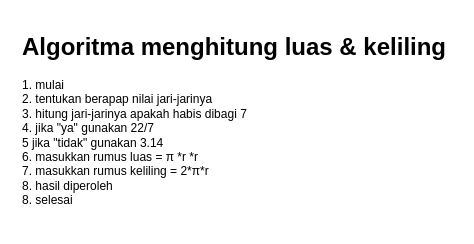
Before: page "Algoritma menghitung luas & keliling" (1 of 2) of Algoritma Menghitung luas & keliling.drawio in putragabrielll/fwg17-computer-science, a draw.io diagram. Source tidied: cells renumbered, new cells numbered last; positions are measured from the earlier drawing's top-left corner, leaving out a move shared by most shapes. Both pictures are drawn from the tidied source at 100%, with x=0, y=0 at pixel (17, 27).
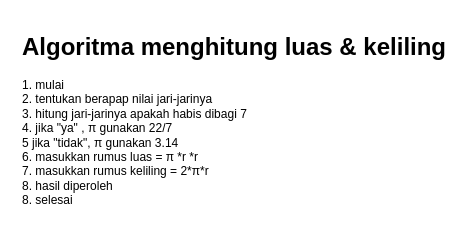
Above is the later version.

Change to the diagram source:
```diff
@@
 <mxGraphModel>
   <root>
     <mxCell id="0" />
     <mxCell id="1" parent="0" />
-    <mxCell id="2" value="&lt;h1&gt;Algoritma menghitung luas &amp;amp; keliling&lt;/h1&gt;&lt;p&gt;1. mulai&lt;br&gt;2. tentukan berapap nilai jari-jarinya&lt;br&gt;3. hitung jari-jarinya apakah habis dibagi 7&lt;br&gt;4. jika &quot;ya&quot; gunakan 22/7&lt;br&gt;5 jika &quot;tidak&quot; gunakan 3.14&lt;br&gt;6. masukkan rumus luas = π&amp;nbsp;*r *r&lt;br&gt;7. masukkan rumus keliling = 2*π*r&lt;br&gt;8. hasil diperoleh&lt;br&gt;8. selesai&lt;/p&gt;" style="text;html=1;strokeColor=none;fillColor=none;spacing=5;spacingTop=-20;whiteSpace=wrap;overflow=hidden;rounded=0;align=left;" parent="1" vertex="1">
+    <mxCell id="2" value="&lt;h1&gt;Algoritma menghitung luas &amp;amp; keliling&lt;/h1&gt;&lt;p&gt;1. mulai&lt;br&gt;2. tentukan berapap nilai jari-jarinya&lt;br&gt;3. hitung jari-jarinya apakah habis dibagi 7&lt;br&gt;4. jika &quot;ya&quot; , π gunakan 22/7&lt;br&gt;5 jika &quot;tidak&quot;, π gunakan 3.14&lt;br&gt;6. masukkan rumus luas = π&amp;nbsp;*r *r&lt;br&gt;7. masukkan rumus keliling = 2*π*r&lt;br&gt;8. hasil diperoleh&lt;br&gt;8. selesai&lt;/p&gt;" style="text;html=1;strokeColor=none;fillColor=none;spacing=5;spacingTop=-20;whiteSpace=wrap;overflow=hidden;rounded=0;align=left;" parent="1" vertex="1">
       <mxGeometry width="440" height="200" as="geometry" />
     </mxCell>
   </root>
 </mxGraphModel>
```
